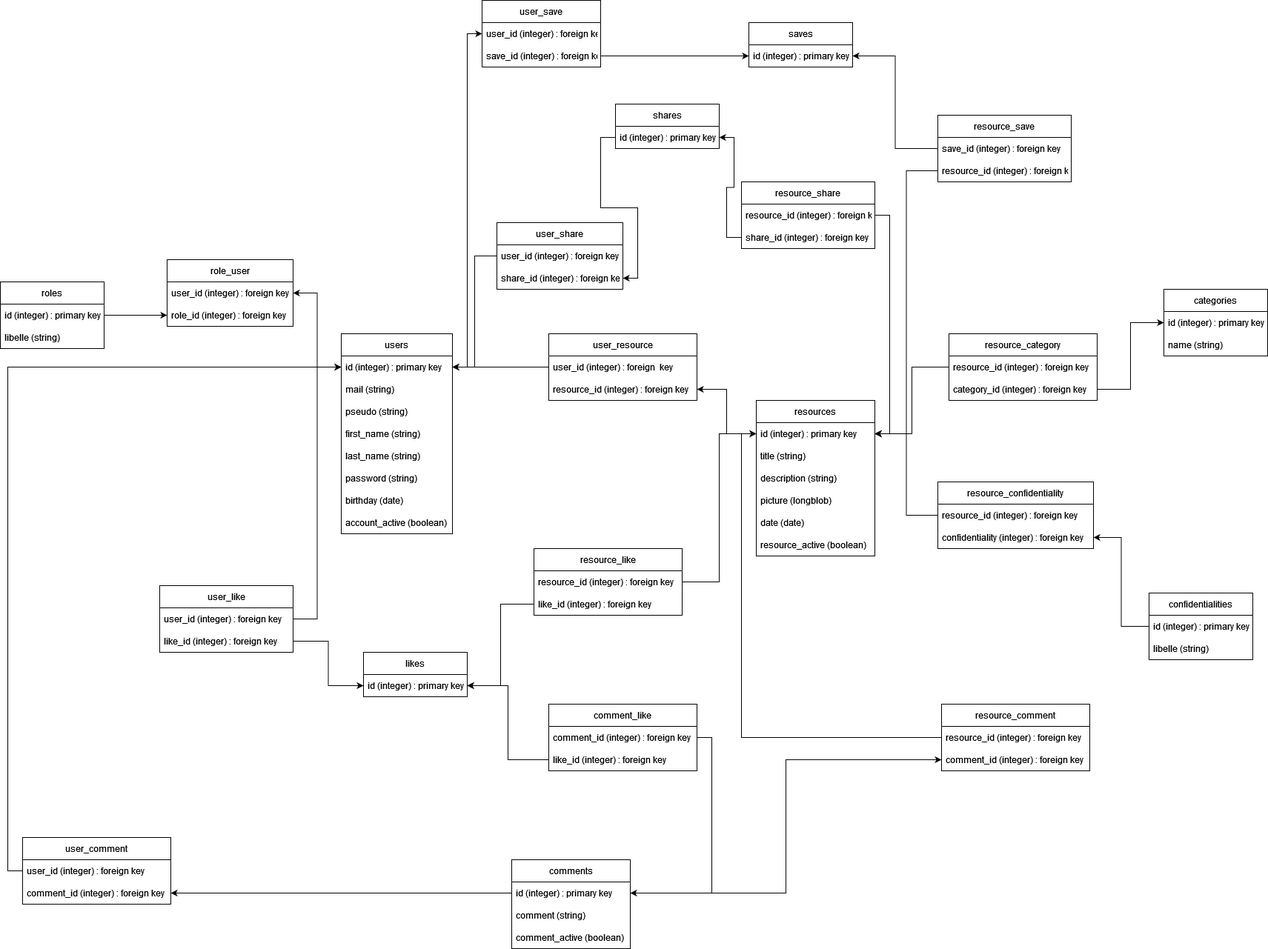
The draw.io diagram bdd_CLAP.drawio.png in Zmeypp/CeciEstUnTest, before a commit. Source tidied: cells renumbered, new cells last; positions are measured from the earlier drawing's top-left corner, leaving out a move shared by most shapes.
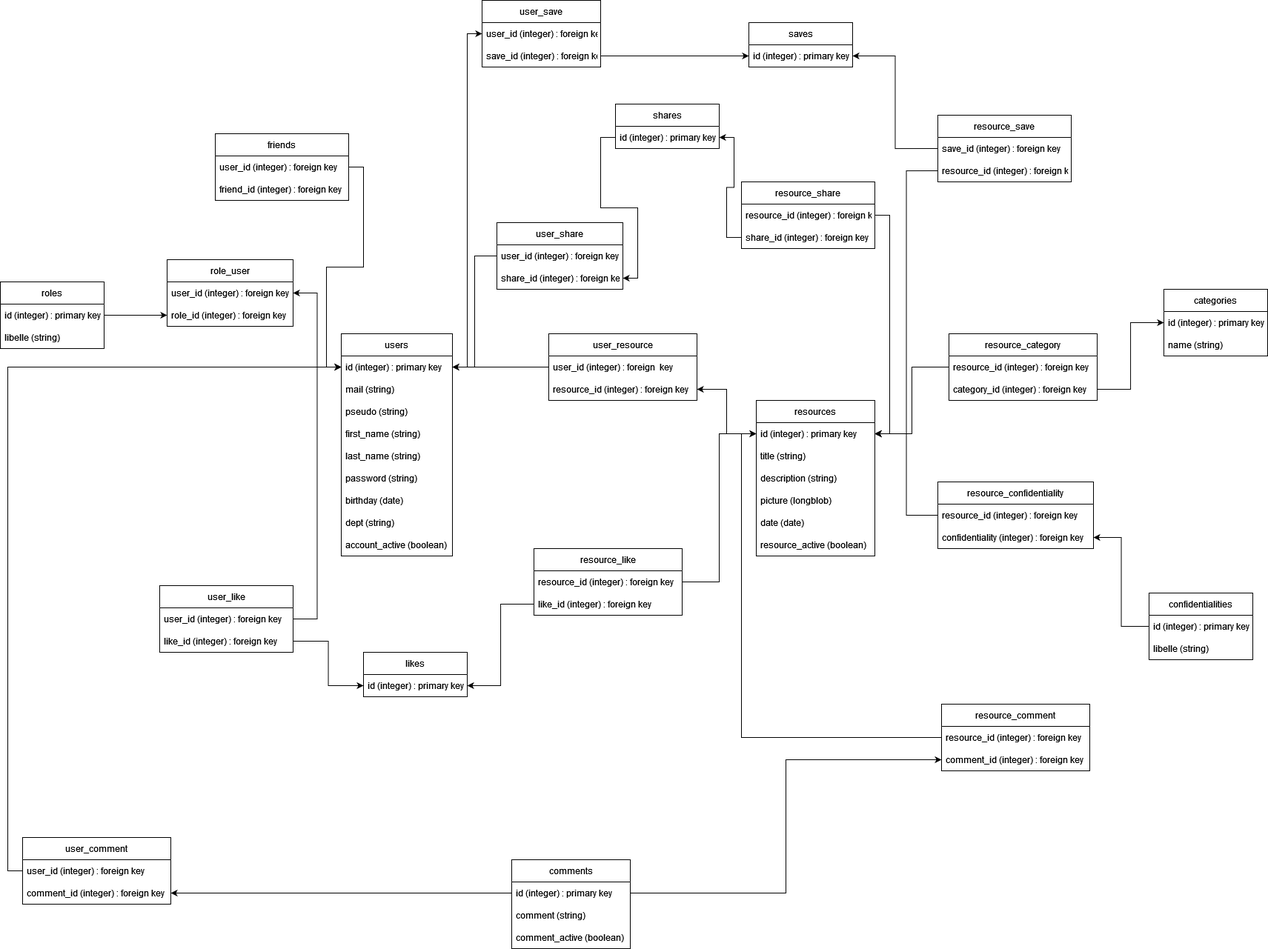
After the change.

Change to the diagram source:
```diff
@@ -24,7 +24,7 @@
       <mxGeometry relative="1" as="geometry" />
     </mxCell>
     <mxCell id="9" value="users" style="swimlane;fontStyle=0;horizontal=1;startSize=30;" parent="1" vertex="1">
-      <mxGeometry x="460" y="450" width="150" height="270" as="geometry" />
+      <mxGeometry x="460" y="450" width="150" height="300" as="geometry" />
     </mxCell>
     <mxCell id="10" value="id (integer) : primary key    " style="text;strokeColor=none;fillColor=none;align=left;verticalAlign=middle;spacingLeft=4;spacingRight=4;overflow=hidden;points=[[0,0.5],[1,0.5]];portConstraint=eastwest;" parent="9" vertex="1">
       <mxGeometry y="30" width="150" height="30" as="geometry" />
@@ -47,8 +47,11 @@
     <mxCell id="16" value="birthday (date)" style="text;strokeColor=none;fillColor=none;align=left;verticalAlign=middle;spacingLeft=4;spacingRight=4;overflow=hidden;" parent="9" vertex="1">
       <mxGeometry y="210" width="150" height="30" as="geometry" />
     </mxCell>
+    <mxCell id="102" value="dept (string)" style="text;strokeColor=none;fillColor=none;align=left;verticalAlign=middle;spacingLeft=4;spacingRight=4;overflow=hidden;" parent="9" vertex="1">
+      <mxGeometry y="240" width="150" height="30" as="geometry" />
+    </mxCell>
     <mxCell id="17" value="account_active (boolean)" style="text;strokeColor=none;fillColor=none;align=left;verticalAlign=middle;spacingLeft=4;spacingRight=4;overflow=hidden;" parent="9" vertex="1">
-      <mxGeometry y="240" width="150" height="30" as="geometry" />
+      <mxGeometry y="270" width="150" height="30" as="geometry" />
     </mxCell>
     <mxCell id="18" style="edgeStyle=orthogonalEdgeStyle;rounded=0;jettySize=auto;html=1;exitX=0;exitY=0.5;exitDx=0;exitDy=0;entryX=1;entryY=0.5;entryDx=0;entryDy=0;" parent="1" edge="1" source="10" target="5">
       <mxGeometry relative="1" as="geometry" />
@@ -179,15 +182,6 @@
     <mxCell id="60" style="edgeStyle=orthogonalEdgeStyle;rounded=0;jettySize=auto;html=1;exitX=1;exitY=0.5;exitDx=0;exitDy=0;entryX=0;entryY=0.5;entryDx=0;entryDy=0;" parent="1" edge="1" source="56" target="53">
       <mxGeometry relative="1" as="geometry" />
     </mxCell>
-    <mxCell id="61" value="comment_like" style="swimlane;fontStyle=0;horizontal=1;startSize=30;" parent="1" vertex="1">
-      <mxGeometry x="740" y="950" width="200" height="90" as="geometry" />
-    </mxCell>
-    <mxCell id="62" value="comment_id (integer) : foreign key" style="text;strokeColor=none;fillColor=none;align=left;verticalAlign=middle;spacingLeft=4;spacingRight=4;overflow=hidden;points=[[0,0.5],[1,0.5]];portConstraint=eastwest;" parent="61" vertex="1">
-      <mxGeometry y="30" width="200" height="30" as="geometry" />
-    </mxCell>
-    <mxCell id="63" value="like_id (integer) : foreign key" style="text;strokeColor=none;fillColor=none;align=left;verticalAlign=middle;spacingLeft=4;spacingRight=4;overflow=hidden;points=[[0,0.5],[1,0.5]];portConstraint=eastwest;" parent="61" vertex="1">
-      <mxGeometry y="60" width="200" height="30" as="geometry" />
-    </mxCell>
     <mxCell id="64" value="likes" style="swimlane;fontStyle=0;horizontal=1;startSize=30;" parent="1" vertex="1">
       <mxGeometry x="490" y="880" width="140" height="60" as="geometry" />
     </mxCell>
@@ -221,12 +215,6 @@
     <mxCell id="74" style="edgeStyle=orthogonalEdgeStyle;rounded=0;jettySize=auto;html=1;exitX=0;exitY=0.5;exitDx=0;exitDy=0;entryX=1;entryY=0.75;entryDx=0;entryDy=0;" parent="1" edge="1" source="68" target="64">
       <mxGeometry relative="1" as="geometry" />
     </mxCell>
-    <mxCell id="75" style="edgeStyle=orthogonalEdgeStyle;rounded=0;jettySize=auto;html=1;exitX=1;exitY=0.5;exitDx=0;exitDy=0;entryX=1;entryY=0.5;entryDx=0;entryDy=0;" parent="1" edge="1" source="62" target="56">
-      <mxGeometry relative="1" as="geometry" />
-    </mxCell>
-    <mxCell id="76" style="edgeStyle=orthogonalEdgeStyle;rounded=0;jettySize=auto;html=1;exitX=0;exitY=0.5;exitDx=0;exitDy=0;entryX=1;entryY=0.5;entryDx=0;entryDy=0;" parent="1" edge="1" source="63" target="65">
-      <mxGeometry relative="1" as="geometry" />
-    </mxCell>
     <mxCell id="77" style="edgeStyle=orthogonalEdgeStyle;rounded=0;jettySize=auto;html=1;exitX=1;exitY=0.5;exitDx=0;exitDy=0;entryX=0;entryY=0.5;entryDx=0;entryDy=0;" parent="1" edge="1" source="72" target="65">
       <mxGeometry relative="1" as="geometry" />
     </mxCell>
@@ -302,5 +290,17 @@
     <mxCell id="101" style="edgeStyle=orthogonalEdgeStyle;rounded=0;jettySize=auto;html=1;exitX=0;exitY=0.5;exitDx=0;exitDy=0;entryX=1;entryY=0.5;entryDx=0;entryDy=0;" parent="1" edge="1" source="90" target="92">
       <mxGeometry relative="1" as="geometry" />
     </mxCell>
+    <mxCell id="103" value="friends" style="swimlane;fontStyle=0;horizontal=1;startSize=30;" parent="1" vertex="1">
+      <mxGeometry x="290" y="180" width="180" height="90" as="geometry" />
+    </mxCell>
+    <mxCell id="104" value="user_id (integer) : foreign key" style="text;strokeColor=none;fillColor=none;align=left;verticalAlign=middle;spacingLeft=4;spacingRight=4;overflow=hidden;points=[[0,0.5],[1,0.5]];portConstraint=eastwest;" parent="103" vertex="1">
+      <mxGeometry y="30" width="180" height="30" as="geometry" />
+    </mxCell>
+    <mxCell id="105" value="friend_id (integer) : foreign key" style="text;strokeColor=none;fillColor=none;align=left;verticalAlign=middle;spacingLeft=4;spacingRight=4;overflow=hidden;" parent="103" vertex="1">
+      <mxGeometry y="60" width="180" height="30" as="geometry" />
+    </mxCell>
+    <mxCell id="106" style="edgeStyle=orthogonalEdgeStyle;rounded=0;jettySize=auto;html=1;exitX=1;exitY=0.5;exitDx=0;exitDy=0;entryX=0;entryY=0.5;entryDx=0;entryDy=0;" parent="1" edge="1" source="104" target="10">
+      <mxGeometry relative="1" as="geometry" />
+    </mxCell>
   </root>
 </mxGraphModel>
```
